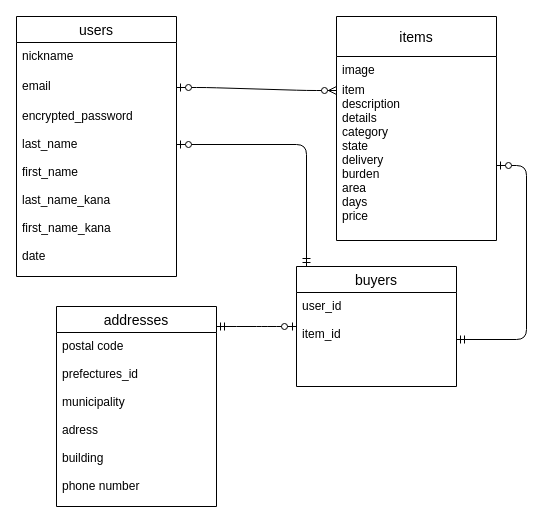
The draw.io diagram er.dio in kousuke-amano/furima-33946, before the edit. Source tidied: cells renumbered, new cells numbered last; positions are measured from the earlier drawing's top-left corner, leaving out a move shared by most shapes. Both pictures are drawn from the tidied source at 100%, with x=0, y=0 at pixel (16, 16).
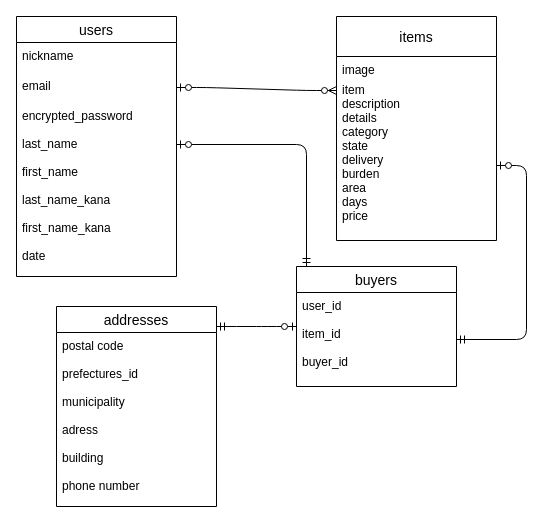
After the change.

Commit message (it also covers changes not shown here):
データベース設計修正

Unchanged cells that the change refers to:
```xml
<mxCell id="12" value="buyers" style="swimlane;fontStyle=0;horizontal=1;startSize=26;align=center;fontSize=14;" parent="1" vertex="1">
  <mxGeometry x="280" y="250" width="160" height="120" as="geometry" />
</mxCell>
```

Diff of the diagram source:
```diff
@@
-    <mxCell id="13" value="user_id&#10;&#10;item_id&#10;&#10;&#10;&#10;" style="text;strokeColor=none;fillColor=none;spacingLeft=4;spacingRight=4;overflow=hidden;points=[[0,0.5],[1,0.5]];portConstraint=eastwest;fontSize=12;" parent="12" vertex="1">
+    <mxCell id="13" value="user_id&#10;&#10;item_id&#10;&#10;buyer_id&#10;&#10;" style="text;strokeColor=none;fillColor=none;spacingLeft=4;spacingRight=4;overflow=hidden;points=[[0,0.5],[1,0.5]];portConstraint=eastwest;fontSize=12;" parent="12" vertex="1">
       <mxGeometry y="26" width="160" height="94" as="geometry" />
     </mxCell>
```
